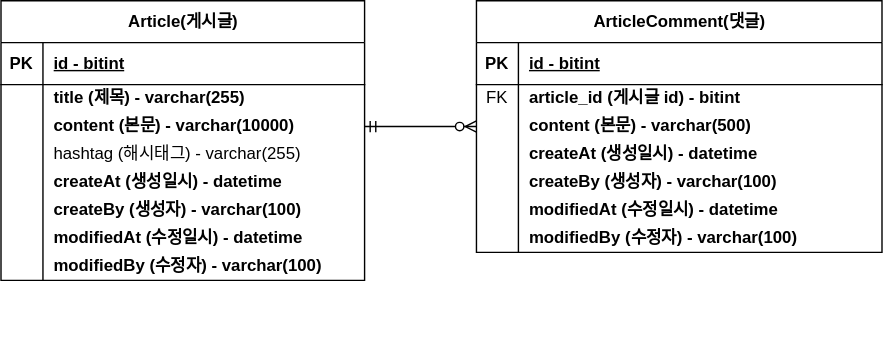
Above: document/board-project-erd.svg in ggamang-so/board-project (draw.io), before the change. Source tidied: cells renumbered, new cells last; positions are measured from the earlier drawing's top-left corner, leaving out a move shared by most shapes.
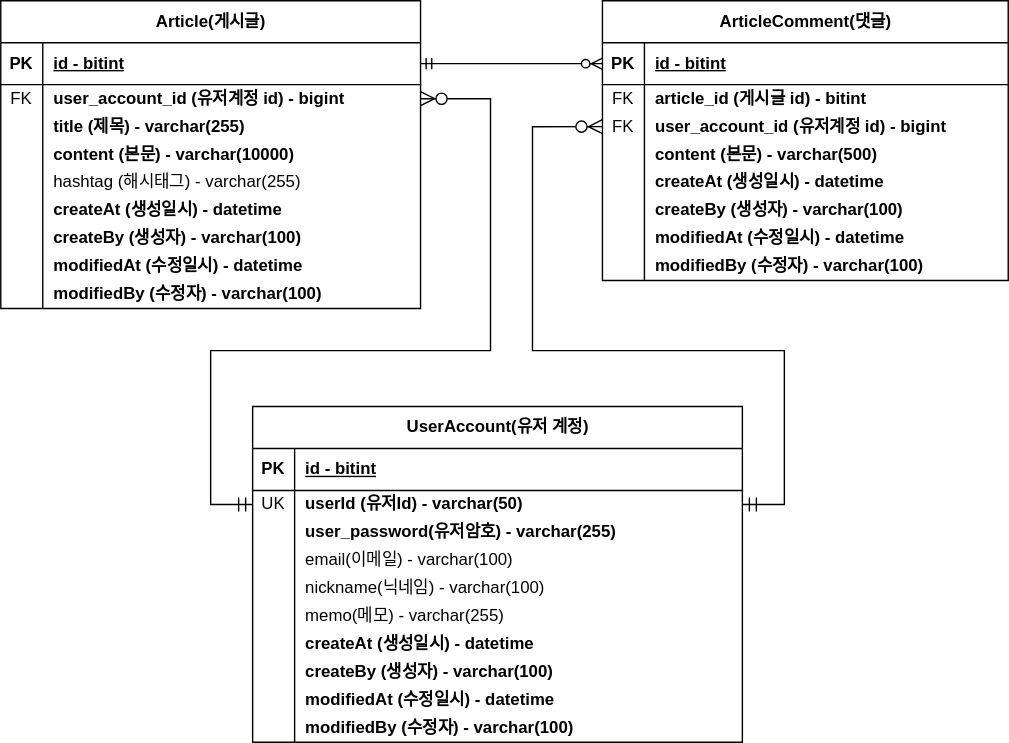
After the commit.

Commit message:
#19 - 유저 도메인 추가 : board-project-erd.svg 업데이트

Change to the diagram source:
```diff
@@ -23,3 +23,3 @@
     <mxCell id="8" value="ArticleComment(댓글)" style="shape=table;startSize=30;rowLines=0;fontStyle=1;align=center;html=1;" parent="1" vertex="1">
-      <mxGeometry x="340" width="290" height="180" as="geometry" />
+      <mxGeometry x="430" width="290" height="200" as="geometry" />
     </mxCell>
@@ -43,4 +43,13 @@
     </mxCell>
+    <mxCell id="56" style="shape=tableRow;horizontal=0;startSize=0;swimlaneHead=0;swimlaneBody=0;fillColor=none;points=[[0,0.5],[1,0.5]];portConstraint=eastwest;top=0;left=0;right=0;bottom=0;" parent="8" vertex="1">
+      <mxGeometry y="80" width="290" height="20" as="geometry" />
+    </mxCell>
+    <mxCell id="57" value="FK" style="shape=partialRectangle;fillColor=none;top=0;left=0;bottom=0;right=0;overflow=hidden;whiteSpace=wrap;html=1;" parent="56" vertex="1">
+      <mxGeometry width="30" height="20" as="geometry" />
+    </mxCell>
+    <mxCell id="58" value="user_account_id (유저계정 id) - bigint" style="shape=partialRectangle;fillColor=none;top=0;left=0;bottom=0;right=0;align=left;spacingLeft=6;overflow=hidden;whiteSpace=wrap;html=1;fontStyle=1;" parent="56" vertex="1">
+      <mxGeometry x="30" width="260" height="20" as="geometry" />
+    </mxCell>
     <mxCell id="15" style="shape=tableRow;horizontal=0;startSize=0;swimlaneHead=0;swimlaneBody=0;fillColor=none;points=[[0,0.5],[1,0.5]];portConstraint=eastwest;top=0;left=0;right=0;bottom=0;" parent="8" vertex="1">
-      <mxGeometry y="80" width="290" height="20" as="geometry" />
+      <mxGeometry y="100" width="290" height="20" as="geometry" />
     </mxCell>
@@ -53,3 +62,3 @@
     <mxCell id="18" style="shape=tableRow;horizontal=0;startSize=0;swimlaneHead=0;swimlaneBody=0;fillColor=none;top=0;left=0;right=0;bottom=0;" parent="8" vertex="1">
-      <mxGeometry y="100" width="290" height="20" as="geometry" />
+      <mxGeometry y="120" width="290" height="20" as="geometry" />
     </mxCell>
@@ -62,3 +71,3 @@
     <mxCell id="21" style="shape=tableRow;horizontal=0;startSize=0;swimlaneHead=0;swimlaneBody=0;fillColor=none;top=0;left=0;right=0;bottom=0;" parent="8" vertex="1">
-      <mxGeometry y="120" width="290" height="20" as="geometry" />
+      <mxGeometry y="140" width="290" height="20" as="geometry" />
     </mxCell>
@@ -71,3 +80,3 @@
     <mxCell id="24" style="shape=tableRow;horizontal=0;startSize=0;swimlaneHead=0;swimlaneBody=0;fillColor=none;top=0;left=0;right=0;bottom=0;" parent="8" vertex="1">
-      <mxGeometry y="140" width="290" height="20" as="geometry" />
+      <mxGeometry y="160" width="290" height="20" as="geometry" />
     </mxCell>
@@ -80,3 +89,3 @@
     <mxCell id="27" style="shape=tableRow;horizontal=0;startSize=0;swimlaneHead=0;swimlaneBody=0;fillColor=none;top=0;left=0;right=0;bottom=0;" parent="8" vertex="1">
-      <mxGeometry y="160" width="290" height="20" as="geometry" />
+      <mxGeometry y="180" width="290" height="20" as="geometry" />
     </mxCell>
@@ -88,3 +97,3 @@
     </mxCell>
-    <mxCell id="30" style="edgeStyle=entityRelationEdgeStyle;fontSize=12;html=1;endArrow=ERzeroToMany;startArrow=ERmandOne;rounded=0;exitX=1;exitY=0.5;exitDx=0;exitDy=0;entryX=0;entryY=0.5;entryDx=0;entryDy=0;" parent="1" edge="1" source="38" target="15">
+    <mxCell id="30" style="edgeStyle=entityRelationEdgeStyle;fontSize=12;html=1;endArrow=ERzeroToMany;startArrow=ERmandOne;rounded=0;exitX=1;exitY=0.5;exitDx=0;exitDy=0;entryX=0;entryY=0.5;entryDx=0;entryDy=0;" parent="1" edge="1" source="32" target="9">
       <mxGeometry relative="1" as="geometry">
@@ -92,2 +101,3 @@
           <mxPoint x="230" y="120" />
+          <mxPoint x="300" y="30" />
         </Array>
@@ -96,6 +106,6 @@
     <mxCell id="31" value="Article(게시글)" style="shape=table;startSize=30;rowLines=0;fontStyle=1;align=center;html=1;" parent="1" vertex="1">
-      <mxGeometry width="260" height="200" as="geometry" />
+      <mxGeometry width="300" height="220" as="geometry" />
     </mxCell>
     <mxCell id="32" style="shape=tableRow;horizontal=0;startSize=0;swimlaneHead=0;swimlaneBody=0;fillColor=none;points=[[0,0.5],[1,0.5]];portConstraint=eastwest;top=0;left=0;right=0;bottom=1;" parent="31" vertex="1">
-      <mxGeometry y="30" width="260" height="30" as="geometry" />
+      <mxGeometry y="30" width="300" height="30" as="geometry" />
     </mxCell>
@@ -105,6 +115,15 @@
     <mxCell id="34" value="id - bitint" style="shape=partialRectangle;fillColor=none;top=0;left=0;bottom=0;right=0;align=left;spacingLeft=6;fontStyle=5;overflow=hidden;whiteSpace=wrap;html=1;" parent="32" vertex="1">
-      <mxGeometry x="30" width="230" height="30" as="geometry" />
+      <mxGeometry x="30" width="270" height="30" as="geometry" />
     </mxCell>
+    <mxCell id="59" style="shape=tableRow;horizontal=0;startSize=0;swimlaneHead=0;swimlaneBody=0;fillColor=none;top=0;left=0;right=0;bottom=0;" parent="31" vertex="1">
+      <mxGeometry y="60" width="300" height="20" as="geometry" />
+    </mxCell>
+    <mxCell id="60" value="FK" style="shape=partialRectangle;fillColor=none;top=0;left=0;bottom=0;right=0;overflow=hidden;whiteSpace=wrap;html=1;" parent="59" vertex="1">
+      <mxGeometry width="30" height="20" as="geometry" />
+    </mxCell>
+    <mxCell id="61" value="user_account_id (유저계정 id) - bigint" style="shape=partialRectangle;fillColor=none;top=0;left=0;bottom=0;right=0;align=left;spacingLeft=6;overflow=hidden;whiteSpace=wrap;html=1;fontStyle=1;" parent="59" vertex="1">
+      <mxGeometry x="30" width="270" height="20" as="geometry" />
+    </mxCell>
     <mxCell id="35" style="shape=tableRow;horizontal=0;startSize=0;swimlaneHead=0;swimlaneBody=0;fillColor=none;top=0;left=0;right=0;bottom=0;" parent="31" vertex="1">
-      <mxGeometry y="60" width="260" height="20" as="geometry" />
+      <mxGeometry y="80" width="300" height="20" as="geometry" />
     </mxCell>
@@ -114,6 +133,6 @@
     <mxCell id="37" value="title (제목) - varchar(255)" style="shape=partialRectangle;fillColor=none;top=0;left=0;bottom=0;right=0;align=left;spacingLeft=6;overflow=hidden;whiteSpace=wrap;html=1;fontStyle=1;" parent="35" vertex="1">
-      <mxGeometry x="30" width="230" height="20" as="geometry" />
+      <mxGeometry x="30" width="270" height="20" as="geometry" />
     </mxCell>
     <mxCell id="38" style="shape=tableRow;horizontal=0;startSize=0;swimlaneHead=0;swimlaneBody=0;fillColor=none;points=[[0,0.5],[1,0.5]];portConstraint=eastwest;top=0;left=0;right=0;bottom=0;" parent="31" vertex="1">
-      <mxGeometry y="80" width="260" height="20" as="geometry" />
+      <mxGeometry y="100" width="300" height="20" as="geometry" />
     </mxCell>
@@ -123,6 +142,6 @@
     <mxCell id="40" value="content (본문) - varchar(10000)" style="shape=partialRectangle;fillColor=none;top=0;left=0;bottom=0;right=0;align=left;spacingLeft=6;overflow=hidden;whiteSpace=wrap;html=1;fontStyle=1;" parent="38" vertex="1">
-      <mxGeometry x="30" width="230" height="20" as="geometry" />
+      <mxGeometry x="30" width="270" height="20" as="geometry" />
     </mxCell>
     <mxCell id="41" style="shape=tableRow;horizontal=0;startSize=0;swimlaneHead=0;swimlaneBody=0;fillColor=none;top=0;left=0;right=0;bottom=0;" parent="31" vertex="1">
-      <mxGeometry y="100" width="260" height="20" as="geometry" />
+      <mxGeometry y="120" width="300" height="20" as="geometry" />
     </mxCell>
@@ -132,6 +151,6 @@
     <mxCell id="43" value="hashtag (해시태그) - varchar(255)" style="shape=partialRectangle;fillColor=none;top=0;left=0;bottom=0;right=0;align=left;spacingLeft=6;overflow=hidden;whiteSpace=wrap;html=1;" parent="41" vertex="1">
-      <mxGeometry x="30" width="230" height="20" as="geometry" />
+      <mxGeometry x="30" width="270" height="20" as="geometry" />
     </mxCell>
     <mxCell id="44" style="shape=tableRow;horizontal=0;startSize=0;swimlaneHead=0;swimlaneBody=0;fillColor=none;top=0;left=0;right=0;bottom=0;" parent="31" vertex="1">
-      <mxGeometry y="120" width="260" height="20" as="geometry" />
+      <mxGeometry y="140" width="300" height="20" as="geometry" />
     </mxCell>
@@ -141,6 +160,6 @@
     <mxCell id="46" value="createAt (생성일시) - datetime" style="shape=partialRectangle;fillColor=none;top=0;left=0;bottom=0;right=0;align=left;spacingLeft=6;overflow=hidden;whiteSpace=wrap;html=1;fontStyle=1;" parent="44" vertex="1">
-      <mxGeometry x="30" width="230" height="20" as="geometry" />
+      <mxGeometry x="30" width="270" height="20" as="geometry" />
     </mxCell>
     <mxCell id="47" style="shape=tableRow;horizontal=0;startSize=0;swimlaneHead=0;swimlaneBody=0;fillColor=none;top=0;left=0;right=0;bottom=0;" parent="31" vertex="1">
-      <mxGeometry y="140" width="260" height="20" as="geometry" />
+      <mxGeometry y="160" width="300" height="20" as="geometry" />
     </mxCell>
@@ -150,6 +169,6 @@
     <mxCell id="49" value="createBy (생성자) - varchar(100)" style="shape=partialRectangle;fillColor=none;top=0;left=0;bottom=0;right=0;align=left;spacingLeft=6;overflow=hidden;whiteSpace=wrap;html=1;fontStyle=1;" parent="47" vertex="1">
-      <mxGeometry x="30" width="230" height="20" as="geometry" />
+      <mxGeometry x="30" width="270" height="20" as="geometry" />
     </mxCell>
     <mxCell id="50" style="shape=tableRow;horizontal=0;startSize=0;swimlaneHead=0;swimlaneBody=0;fillColor=none;top=0;left=0;right=0;bottom=0;" parent="31" vertex="1">
-      <mxGeometry y="160" width="260" height="20" as="geometry" />
+      <mxGeometry y="180" width="300" height="20" as="geometry" />
     </mxCell>
@@ -159,6 +178,6 @@
     <mxCell id="52" value="modifiedAt (수정일시) - datetime" style="shape=partialRectangle;fillColor=none;top=0;left=0;bottom=0;right=0;align=left;spacingLeft=6;overflow=hidden;whiteSpace=wrap;html=1;fontStyle=1;" parent="50" vertex="1">
-      <mxGeometry x="30" width="230" height="20" as="geometry" />
+      <mxGeometry x="30" width="270" height="20" as="geometry" />
     </mxCell>
     <mxCell id="53" style="shape=tableRow;horizontal=0;startSize=0;swimlaneHead=0;swimlaneBody=0;fillColor=none;top=0;left=0;right=0;bottom=0;" parent="31" vertex="1">
-      <mxGeometry y="180" width="260" height="20" as="geometry" />
+      <mxGeometry y="200" width="300" height="20" as="geometry" />
     </mxCell>
@@ -168,4 +187,119 @@
     <mxCell id="55" value="modifiedBy (수정자) - varchar(100)" style="shape=partialRectangle;fillColor=none;top=0;left=0;bottom=0;right=0;align=left;spacingLeft=6;overflow=hidden;whiteSpace=wrap;html=1;fontStyle=1;" parent="53" vertex="1">
-      <mxGeometry x="30" width="230" height="20" as="geometry" />
+      <mxGeometry x="30" width="270" height="20" as="geometry" />
     </mxCell>
+    <mxCell id="62" value="UserAccount(유저 계정)" style="shape=table;startSize=30;rowLines=0;fontStyle=1;align=center;html=1;" parent="1" vertex="1">
+      <mxGeometry x="180" y="290" width="350" height="240" as="geometry" />
+    </mxCell>
+    <mxCell id="63" style="shape=tableRow;horizontal=0;startSize=0;swimlaneHead=0;swimlaneBody=0;fillColor=none;top=0;left=0;right=0;bottom=1;" parent="62" vertex="1">
+      <mxGeometry y="30" width="350" height="30" as="geometry" />
+    </mxCell>
+    <mxCell id="64" value="PK" style="shape=partialRectangle;fillColor=none;top=0;left=0;bottom=0;right=0;fontStyle=1;overflow=hidden;whiteSpace=wrap;html=1;" parent="63" vertex="1">
+      <mxGeometry width="30" height="30" as="geometry" />
+    </mxCell>
+    <mxCell id="65" value="id - bitint" style="shape=partialRectangle;fillColor=none;top=0;left=0;bottom=0;right=0;align=left;spacingLeft=6;fontStyle=5;overflow=hidden;whiteSpace=wrap;html=1;" parent="63" vertex="1">
+      <mxGeometry x="30" width="320" height="30" as="geometry" />
+    </mxCell>
+    <mxCell id="66" style="shape=tableRow;horizontal=0;startSize=0;swimlaneHead=0;swimlaneBody=0;fillColor=none;points=[[0,0.5],[1,0.5]];portConstraint=eastwest;top=0;left=0;right=0;bottom=0;" parent="62" vertex="1">
+      <mxGeometry y="60" width="350" height="20" as="geometry" />
+    </mxCell>
+    <mxCell id="67" value="UK" style="shape=partialRectangle;fillColor=none;top=0;left=0;bottom=0;right=0;overflow=hidden;whiteSpace=wrap;html=1;" parent="66" vertex="1">
+      <mxGeometry width="30" height="20" as="geometry" />
+    </mxCell>
+    <mxCell id="68" value="userId (유저Id) - varchar(50)" style="shape=partialRectangle;fillColor=none;top=0;left=0;bottom=0;right=0;align=left;spacingLeft=6;overflow=hidden;whiteSpace=wrap;html=1;fontStyle=1;" parent="66" vertex="1">
+      <mxGeometry x="30" width="320" height="20" as="geometry" />
+    </mxCell>
+    <mxCell id="69" style="shape=tableRow;horizontal=0;startSize=0;swimlaneHead=0;swimlaneBody=0;fillColor=none;top=0;left=0;right=0;bottom=0;" parent="62" vertex="1">
+      <mxGeometry y="80" width="350" height="20" as="geometry" />
+    </mxCell>
+    <mxCell id="70" style="shape=partialRectangle;fillColor=none;top=0;left=0;bottom=0;right=0;overflow=hidden;whiteSpace=wrap;html=1;" parent="69" vertex="1">
+      <mxGeometry width="30" height="20" as="geometry" />
+    </mxCell>
+    <mxCell id="71" value="user_password(유저암호) - varchar(255)" style="shape=partialRectangle;fillColor=none;top=0;left=0;bottom=0;right=0;align=left;spacingLeft=6;overflow=hidden;whiteSpace=wrap;html=1;fontStyle=1;" parent="69" vertex="1">
+      <mxGeometry x="30" width="320" height="20" as="geometry" />
+    </mxCell>
+    <mxCell id="72" style="shape=tableRow;horizontal=0;startSize=0;swimlaneHead=0;swimlaneBody=0;fillColor=none;top=0;left=0;right=0;bottom=0;" parent="62" vertex="1">
+      <mxGeometry y="100" width="350" height="20" as="geometry" />
+    </mxCell>
+    <mxCell id="73" style="shape=partialRectangle;fillColor=none;top=0;left=0;bottom=0;right=0;overflow=hidden;whiteSpace=wrap;html=1;" parent="72" vertex="1">
+      <mxGeometry width="30" height="20" as="geometry" />
+    </mxCell>
+    <mxCell id="74" value="email(이메일) - varchar(100)" style="shape=partialRectangle;fillColor=none;top=0;left=0;bottom=0;right=0;align=left;spacingLeft=6;overflow=hidden;whiteSpace=wrap;html=1;" parent="72" vertex="1">
+      <mxGeometry x="30" width="320" height="20" as="geometry" />
+    </mxCell>
+    <mxCell id="75" style="shape=tableRow;horizontal=0;startSize=0;swimlaneHead=0;swimlaneBody=0;fillColor=none;top=0;left=0;right=0;bottom=0;" parent="62" vertex="1">
+      <mxGeometry y="120" width="350" height="20" as="geometry" />
+    </mxCell>
+    <mxCell id="76" style="shape=partialRectangle;fillColor=none;top=0;left=0;bottom=0;right=0;overflow=hidden;whiteSpace=wrap;html=1;" parent="75" vertex="1">
+      <mxGeometry width="30" height="20" as="geometry" />
+    </mxCell>
+    <mxCell id="77" value="nickname(닉네임) - varchar(100)" style="shape=partialRectangle;fillColor=none;top=0;left=0;bottom=0;right=0;align=left;spacingLeft=6;overflow=hidden;whiteSpace=wrap;html=1;" parent="75" vertex="1">
+      <mxGeometry x="30" width="320" height="20" as="geometry" />
+    </mxCell>
+    <mxCell id="78" style="shape=tableRow;horizontal=0;startSize=0;swimlaneHead=0;swimlaneBody=0;fillColor=none;top=0;left=0;right=0;bottom=0;" parent="62" vertex="1">
+      <mxGeometry y="140" width="350" height="20" as="geometry" />
+    </mxCell>
+    <mxCell id="79" style="shape=partialRectangle;fillColor=none;top=0;left=0;bottom=0;right=0;overflow=hidden;whiteSpace=wrap;html=1;" parent="78" vertex="1">
+      <mxGeometry width="30" height="20" as="geometry" />
+    </mxCell>
+    <mxCell id="80" value="memo(메모) - varchar(255)" style="shape=partialRectangle;fillColor=none;top=0;left=0;bottom=0;right=0;align=left;spacingLeft=6;overflow=hidden;whiteSpace=wrap;html=1;" parent="78" vertex="1">
+      <mxGeometry x="30" width="320" height="20" as="geometry" />
+    </mxCell>
+    <mxCell id="81" style="shape=tableRow;horizontal=0;startSize=0;swimlaneHead=0;swimlaneBody=0;fillColor=none;top=0;left=0;right=0;bottom=0;" parent="62" vertex="1">
+      <mxGeometry y="160" width="350" height="20" as="geometry" />
+    </mxCell>
+    <mxCell id="82" style="shape=partialRectangle;fillColor=none;top=0;left=0;bottom=0;right=0;overflow=hidden;whiteSpace=wrap;html=1;" parent="81" vertex="1">
+      <mxGeometry width="30" height="20" as="geometry" />
+    </mxCell>
+    <mxCell id="83" value="createAt (생성일시) - datetime" style="shape=partialRectangle;fillColor=none;top=0;left=0;bottom=0;right=0;align=left;spacingLeft=6;overflow=hidden;whiteSpace=wrap;html=1;fontStyle=1;" parent="81" vertex="1">
+      <mxGeometry x="30" width="320" height="20" as="geometry" />
+    </mxCell>
+    <mxCell id="84" style="shape=tableRow;horizontal=0;startSize=0;swimlaneHead=0;swimlaneBody=0;fillColor=none;top=0;left=0;right=0;bottom=0;" parent="62" vertex="1">
+      <mxGeometry y="180" width="350" height="20" as="geometry" />
+    </mxCell>
+    <mxCell id="85" style="shape=partialRectangle;fillColor=none;top=0;left=0;bottom=0;right=0;overflow=hidden;whiteSpace=wrap;html=1;" parent="84" vertex="1">
+      <mxGeometry width="30" height="20" as="geometry" />
+    </mxCell>
+    <mxCell id="86" value="createBy (생성자) - varchar(100)" style="shape=partialRectangle;fillColor=none;top=0;left=0;bottom=0;right=0;align=left;spacingLeft=6;overflow=hidden;whiteSpace=wrap;html=1;fontStyle=1;" parent="84" vertex="1">
+      <mxGeometry x="30" width="320" height="20" as="geometry" />
+    </mxCell>
+    <mxCell id="87" style="shape=tableRow;horizontal=0;startSize=0;swimlaneHead=0;swimlaneBody=0;fillColor=none;top=0;left=0;right=0;bottom=0;" parent="62" vertex="1">
+      <mxGeometry y="200" width="350" height="20" as="geometry" />
+    </mxCell>
+    <mxCell id="88" style="shape=partialRectangle;fillColor=none;top=0;left=0;bottom=0;right=0;overflow=hidden;whiteSpace=wrap;html=1;" parent="87" vertex="1">
+      <mxGeometry width="30" height="20" as="geometry" />
+    </mxCell>
+    <mxCell id="89" value="modifiedAt (수정일시) - datetime" style="shape=partialRectangle;fillColor=none;top=0;left=0;bottom=0;right=0;align=left;spacingLeft=6;overflow=hidden;whiteSpace=wrap;html=1;fontStyle=1;" parent="87" vertex="1">
+      <mxGeometry x="30" width="320" height="20" as="geometry" />
+    </mxCell>
+    <mxCell id="90" style="shape=tableRow;horizontal=0;startSize=0;swimlaneHead=0;swimlaneBody=0;fillColor=none;top=0;left=0;right=0;bottom=0;" parent="62" vertex="1">
+      <mxGeometry y="220" width="350" height="20" as="geometry" />
+    </mxCell>
+    <mxCell id="91" style="shape=partialRectangle;fillColor=none;top=0;left=0;bottom=0;right=0;overflow=hidden;whiteSpace=wrap;html=1;" parent="90" vertex="1">
+      <mxGeometry width="30" height="20" as="geometry" />
+    </mxCell>
+    <mxCell id="92" value="modifiedBy (수정자) - varchar(100)" style="shape=partialRectangle;fillColor=none;top=0;left=0;bottom=0;right=0;align=left;spacingLeft=6;overflow=hidden;whiteSpace=wrap;html=1;fontStyle=1;" parent="90" vertex="1">
+      <mxGeometry x="30" width="320" height="20" as="geometry" />
+    </mxCell>
+    <mxCell id="93" style="edgeStyle=orthogonalEdgeStyle;fontSize=12;html=1;endArrow=ERzeroToMany;startArrow=ERmandOne;rounded=0;startSize=8;endSize=8;exitX=0;exitY=0.5;exitDx=0;exitDy=0;" parent="1" edge="1" source="66">
+      <mxGeometry relative="1" as="geometry">
+        <mxPoint x="300" y="70" as="targetPoint" />
+        <Array as="points">
+          <mxPoint x="150" y="360" />
+          <mxPoint x="150" y="250" />
+          <mxPoint x="350" y="250" />
+          <mxPoint x="350" y="70" />
+          <mxPoint x="300" y="70" />
+        </Array>
+      </mxGeometry>
+    </mxCell>
+    <mxCell id="94" style="edgeStyle=orthogonalEdgeStyle;fontSize=12;html=1;endArrow=ERzeroToMany;startArrow=ERmandOne;rounded=0;startSize=8;endSize=8;exitX=1;exitY=0.5;exitDx=0;exitDy=0;entryX=0;entryY=0.5;entryDx=0;entryDy=0;" parent="1" edge="1" source="66" target="56">
+      <mxGeometry relative="1" as="geometry">
+        <Array as="points">
+          <mxPoint x="560" y="360" />
+          <mxPoint x="560" y="250" />
+          <mxPoint x="380" y="250" />
+          <mxPoint x="380" y="90" />
+        </Array>
+      </mxGeometry>
+    </mxCell>
   </root>
```
